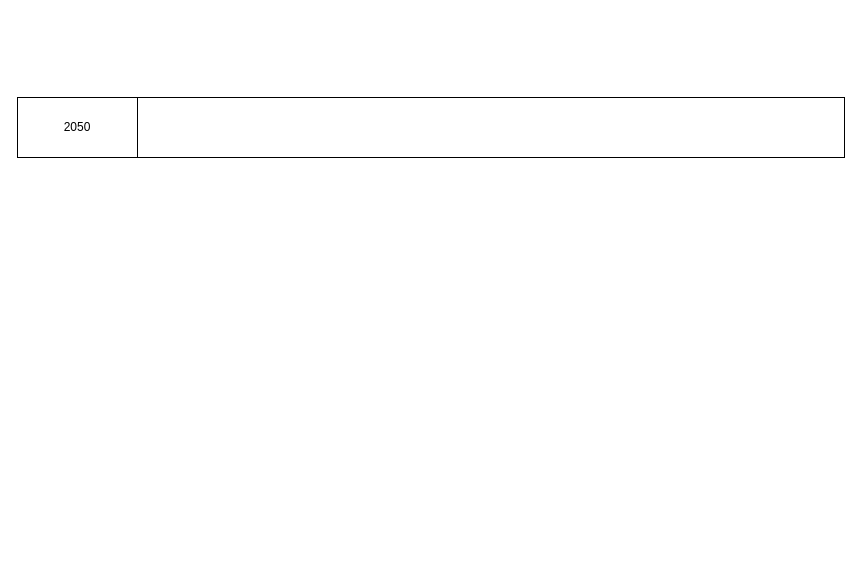
Earlier version of the draw.io diagram page "PC" (1 of 2) of docs/ProductDoc/新生论坛原型图线框图.drawio (sunny0826/document). Source tidied: cells renumbered, new cells numbered last; positions are measured from the earlier drawing's top-left corner, leaving out a move shared by most shapes. Both pictures are drawn from the tidied source at 100%, with x=0, y=0 at pixel (17, 97).
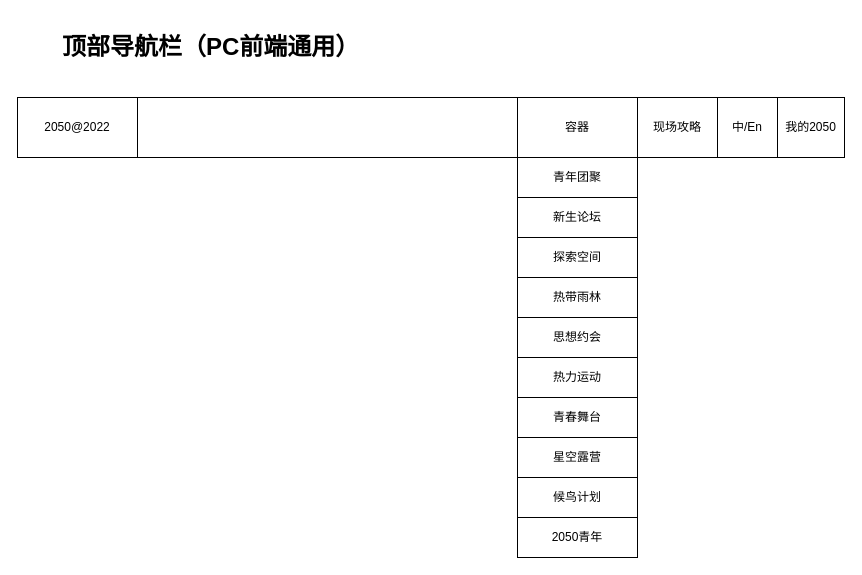
The same diagram, later.

Commit message (it also covers changes not shown here):
Update 新生论坛原型图线框图.drawio

Change to the diagram source:
```diff
@@
 <mxGraphModel>
   <root>
     <mxCell id="0" />
     <mxCell id="1" parent="0" />
     <mxCell id="2" style="rounded=0;whiteSpace=wrap;html=1;" parent="1" vertex="1">
       <mxGeometry width="827" height="60" as="geometry" />
     </mxCell>
-    <mxCell id="3" value="2050" style="rounded=0;whiteSpace=wrap;html=1;" parent="1" vertex="1">
-      <mxGeometry width="120" height="60" as="geometry" />
-    </mxCell>
+    <mxCell id="4" value="&lt;h1&gt;顶部导航栏（PC前端通用）&lt;/h1&gt;" style="text;html=1;strokeColor=none;fillColor=none;spacing=5;spacingTop=-20;whiteSpace=wrap;overflow=hidden;rounded=0;" parent="1" vertex="1">
+      <mxGeometry x="40" y="-70" width="310" height="50" as="geometry" />
+    </mxCell>
+    <mxCell id="5" value="中/En" style="rounded=0;whiteSpace=wrap;html=1;" parent="1" vertex="1">
+      <mxGeometry x="700" width="60" height="60" as="geometry" />
+    </mxCell>
+    <mxCell id="6" value="我的2050" style="rounded=0;whiteSpace=wrap;html=1;" parent="1" vertex="1">
+      <mxGeometry x="760" width="67" height="60" as="geometry" />
+    </mxCell>
+    <mxCell id="7" value="容器" style="rounded=0;whiteSpace=wrap;html=1;" parent="1" vertex="1">
+      <mxGeometry x="500" width="120" height="60" as="geometry" />
+    </mxCell>
+    <mxCell id="8" value="2050@2022" style="rounded=0;whiteSpace=wrap;html=1;" parent="1" vertex="1">
+      <mxGeometry width="120" height="60" as="geometry" />
+    </mxCell>
+    <mxCell id="9" value="青年团聚" style="rounded=0;whiteSpace=wrap;html=1;" parent="1" vertex="1">
+      <mxGeometry x="500" y="60" width="120" height="40" as="geometry" />
+    </mxCell>
+    <mxCell id="10" value="新生论坛" style="rounded=0;whiteSpace=wrap;html=1;" parent="1" vertex="1">
+      <mxGeometry x="500" y="100" width="120" height="40" as="geometry" />
+    </mxCell>
+    <mxCell id="11" value="探索空间" style="rounded=0;whiteSpace=wrap;html=1;" parent="1" vertex="1">
+      <mxGeometry x="500" y="140" width="120" height="40" as="geometry" />
+    </mxCell>
+    <mxCell id="12" value="热带雨林" style="rounded=0;whiteSpace=wrap;html=1;" parent="1" vertex="1">
+      <mxGeometry x="500" y="180" width="120" height="40" as="geometry" />
+    </mxCell>
+    <mxCell id="13" value="思想约会" style="rounded=0;whiteSpace=wrap;html=1;" parent="1" vertex="1">
+      <mxGeometry x="500" y="220" width="120" height="40" as="geometry" />
+    </mxCell>
+    <mxCell id="14" value="热力运动" style="rounded=0;whiteSpace=wrap;html=1;" parent="1" vertex="1">
+      <mxGeometry x="500" y="260" width="120" height="40" as="geometry" />
+    </mxCell>
+    <mxCell id="15" value="青春舞台" style="rounded=0;whiteSpace=wrap;html=1;" parent="1" vertex="1">
+      <mxGeometry x="500" y="300" width="120" height="40" as="geometry" />
+    </mxCell>
+    <mxCell id="16" value="星空露营" style="rounded=0;whiteSpace=wrap;html=1;" parent="1" vertex="1">
+      <mxGeometry x="500" y="340" width="120" height="40" as="geometry" />
+    </mxCell>
+    <mxCell id="17" value="候鸟计划" style="rounded=0;whiteSpace=wrap;html=1;" parent="1" vertex="1">
+      <mxGeometry x="500" y="380" width="120" height="40" as="geometry" />
+    </mxCell>
+    <mxCell id="18" value="2050青年" style="rounded=0;whiteSpace=wrap;html=1;" parent="1" vertex="1">
+      <mxGeometry x="500" y="420" width="120" height="40" as="geometry" />
+    </mxCell>
+    <mxCell id="19" value="现场攻略" style="rounded=0;whiteSpace=wrap;html=1;" parent="1" vertex="1">
+      <mxGeometry x="620" width="80" height="60" as="geometry" />
+    </mxCell>
   </root>
 </mxGraphModel>
```
